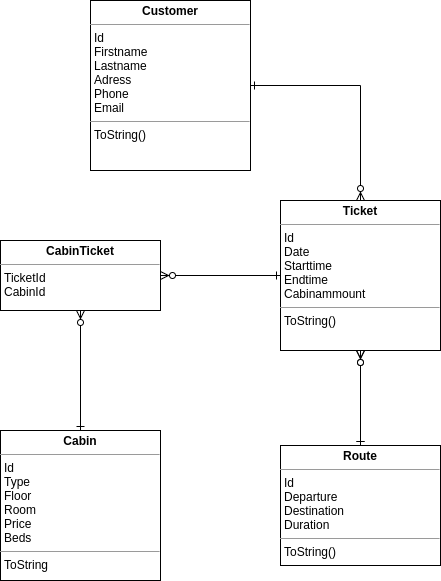
Above: boatlineER.png in webappmet/boatline (draw.io), before the change. Source tidied: cells renumbered, new cells last; positions are measured from the earlier drawing's top-left corner, leaving out a move shared by most shapes.
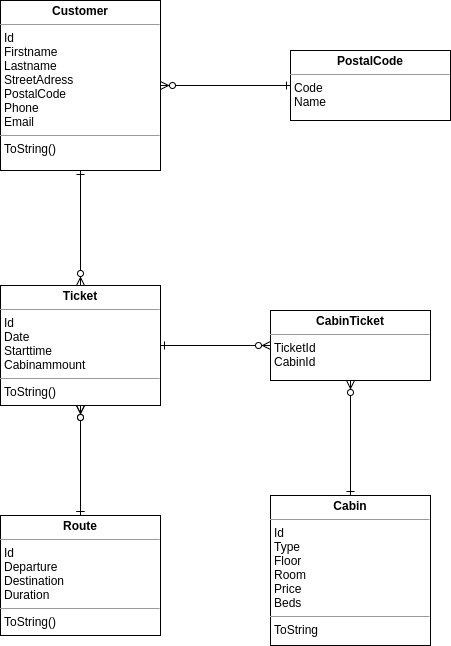
Later version of the same file.

Commit message:
updated ER models to match new values and classes

Change to the diagram source:
```diff
@@ -2,35 +2,41 @@
   <root>
     <mxCell id="0" />
     <mxCell id="1" parent="0" />
-    <mxCell id="2" value="&lt;p style=&quot;margin: 0px ; margin-top: 4px ; text-align: center&quot;&gt;&lt;b&gt;Customer&lt;/b&gt;&lt;/p&gt;&lt;hr size=&quot;1&quot;&gt;&lt;p style=&quot;margin: 0px ; margin-left: 4px&quot;&gt;Id&lt;/p&gt;&lt;p style=&quot;margin: 0px ; margin-left: 4px&quot;&gt;Firstname&lt;/p&gt;&lt;p style=&quot;margin: 0px ; margin-left: 4px&quot;&gt;Lastname&lt;/p&gt;&lt;p style=&quot;margin: 0px ; margin-left: 4px&quot;&gt;Adress&lt;/p&gt;&lt;p style=&quot;margin: 0px ; margin-left: 4px&quot;&gt;Phone&lt;/p&gt;&lt;p style=&quot;margin: 0px ; margin-left: 4px&quot;&gt;Email&lt;/p&gt;&lt;hr size=&quot;1&quot;&gt;&lt;p style=&quot;margin: 0px ; margin-left: 4px&quot;&gt;ToString()&lt;/p&gt;" style="verticalAlign=top;align=left;overflow=fill;fontSize=12;fontFamily=Helvetica;html=1;" parent="1" vertex="1">
-      <mxGeometry x="90" width="160" height="170" as="geometry" />
+    <mxCell id="2" value="&lt;p style=&quot;margin: 0px ; margin-top: 4px ; text-align: center&quot;&gt;&lt;b&gt;Customer&lt;/b&gt;&lt;/p&gt;&lt;hr size=&quot;1&quot;&gt;&lt;p style=&quot;margin: 0px ; margin-left: 4px&quot;&gt;Id&lt;/p&gt;&lt;p style=&quot;margin: 0px ; margin-left: 4px&quot;&gt;Firstname&lt;/p&gt;&lt;p style=&quot;margin: 0px ; margin-left: 4px&quot;&gt;Lastname&lt;/p&gt;&lt;p style=&quot;margin: 0px ; margin-left: 4px&quot;&gt;StreetAdress&lt;/p&gt;&lt;p style=&quot;margin: 0px ; margin-left: 4px&quot;&gt;PostalCode&lt;/p&gt;&lt;p style=&quot;margin: 0px ; margin-left: 4px&quot;&gt;Phone&lt;/p&gt;&lt;p style=&quot;margin: 0px ; margin-left: 4px&quot;&gt;Email&lt;/p&gt;&lt;hr size=&quot;1&quot;&gt;&lt;p style=&quot;margin: 0px ; margin-left: 4px&quot;&gt;ToString()&lt;/p&gt;" style="verticalAlign=top;align=left;overflow=fill;fontSize=12;fontFamily=Helvetica;html=1;" parent="1" vertex="1">
+      <mxGeometry x="40" y="-40" width="160" height="170" as="geometry" />
     </mxCell>
-    <mxCell id="3" style="edgeStyle=orthogonalEdgeStyle;rounded=0;jettySize=auto;html=1;entryX=1;entryY=0.5;entryDx=0;entryDy=0;endArrow=ERone;endFill=0;startArrow=ERzeroToMany;startFill=1;exitX=0.5;exitY=0;exitDx=0;exitDy=0;" parent="1" edge="1" source="5" target="2">
+    <mxCell id="3" style="edgeStyle=orthogonalEdgeStyle;rounded=0;jettySize=auto;html=1;entryX=0.5;entryY=1;entryDx=0;entryDy=0;endArrow=ERone;endFill=0;startArrow=ERzeroToMany;startFill=1;exitX=0.5;exitY=0;exitDx=0;exitDy=0;" parent="1" edge="1" source="5" target="2">
       <mxGeometry relative="1" as="geometry" />
     </mxCell>
     <mxCell id="4" style="edgeStyle=orthogonalEdgeStyle;rounded=0;jettySize=auto;html=1;startArrow=ERzeroToMany;startFill=1;endArrow=ERone;endFill=0;" parent="1" edge="1" source="5" target="8">
       <mxGeometry relative="1" as="geometry" />
     </mxCell>
-    <mxCell id="5" value="&lt;p style=&quot;margin: 0px ; margin-top: 4px ; text-align: center&quot;&gt;&lt;b&gt;Ticket&lt;/b&gt;&lt;/p&gt;&lt;hr size=&quot;1&quot;&gt;&lt;p style=&quot;margin: 0px ; margin-left: 4px&quot;&gt;Id&lt;/p&gt;&lt;p style=&quot;margin: 0px ; margin-left: 4px&quot;&gt;Date&lt;/p&gt;&lt;p style=&quot;margin: 0px ; margin-left: 4px&quot;&gt;Starttime&lt;/p&gt;&lt;p style=&quot;margin: 0px ; margin-left: 4px&quot;&gt;Endtime&lt;/p&gt;&lt;p style=&quot;margin: 0px ; margin-left: 4px&quot;&gt;Cabinammount&lt;/p&gt;&lt;hr size=&quot;1&quot;&gt;&lt;p style=&quot;margin: 0px ; margin-left: 4px&quot;&gt;ToString()&lt;/p&gt;" style="verticalAlign=top;align=left;overflow=fill;fontSize=12;fontFamily=Helvetica;html=1;" parent="1" vertex="1">
-      <mxGeometry x="280" y="200" width="160" height="150" as="geometry" />
+    <mxCell id="5" value="&lt;p style=&quot;margin: 0px ; margin-top: 4px ; text-align: center&quot;&gt;&lt;b&gt;Ticket&lt;/b&gt;&lt;/p&gt;&lt;hr size=&quot;1&quot;&gt;&lt;p style=&quot;margin: 0px ; margin-left: 4px&quot;&gt;Id&lt;/p&gt;&lt;p style=&quot;margin: 0px ; margin-left: 4px&quot;&gt;Date&lt;/p&gt;&lt;p style=&quot;margin: 0px ; margin-left: 4px&quot;&gt;Starttime&lt;/p&gt;&lt;p style=&quot;margin: 0px ; margin-left: 4px&quot;&gt;Cabinammount&lt;/p&gt;&lt;hr size=&quot;1&quot;&gt;&lt;p style=&quot;margin: 0px ; margin-left: 4px&quot;&gt;ToString()&lt;/p&gt;" style="verticalAlign=top;align=left;overflow=fill;fontSize=12;fontFamily=Helvetica;html=1;" parent="1" vertex="1">
+      <mxGeometry x="40" y="245" width="160" height="120" as="geometry" />
     </mxCell>
     <mxCell id="6" value="&lt;p style=&quot;margin: 0px ; margin-top: 4px ; text-align: center&quot;&gt;&lt;b&gt;Cabin&lt;/b&gt;&lt;/p&gt;&lt;hr size=&quot;1&quot;&gt;&lt;p style=&quot;margin: 0px ; margin-left: 4px&quot;&gt;Id&lt;/p&gt;&lt;p style=&quot;margin: 0px ; margin-left: 4px&quot;&gt;Type&lt;/p&gt;&lt;p style=&quot;margin: 0px ; margin-left: 4px&quot;&gt;Floor&lt;/p&gt;&lt;p style=&quot;margin: 0px ; margin-left: 4px&quot;&gt;Room&lt;/p&gt;&lt;p style=&quot;margin: 0px ; margin-left: 4px&quot;&gt;Price&lt;/p&gt;&lt;p style=&quot;margin: 0px ; margin-left: 4px&quot;&gt;Beds&lt;/p&gt;&lt;hr size=&quot;1&quot;&gt;&lt;p style=&quot;margin: 0px ; margin-left: 4px&quot;&gt;ToString&lt;/p&gt;" style="verticalAlign=top;align=left;overflow=fill;fontSize=12;fontFamily=Helvetica;html=1;" parent="1" vertex="1">
-      <mxGeometry y="430" width="160" height="150" as="geometry" />
+      <mxGeometry x="310" y="455" width="160" height="150" as="geometry" />
     </mxCell>
     <mxCell id="7" style="edgeStyle=orthogonalEdgeStyle;rounded=0;jettySize=auto;html=1;startArrow=ERzeroToMany;startFill=1;endArrow=ERone;endFill=0;exitX=0.5;exitY=1;exitDx=0;exitDy=0;" parent="1" edge="1" source="5" target="8">
       <mxGeometry relative="1" as="geometry" />
     </mxCell>
     <mxCell id="8" value="&lt;p style=&quot;margin: 0px ; margin-top: 4px ; text-align: center&quot;&gt;&lt;b&gt;Route&lt;/b&gt;&lt;/p&gt;&lt;hr size=&quot;1&quot;&gt;&lt;p style=&quot;margin: 0px ; margin-left: 4px&quot;&gt;Id&lt;/p&gt;&lt;p style=&quot;margin: 0px ; margin-left: 4px&quot;&gt;Departure&lt;/p&gt;&lt;p style=&quot;margin: 0px ; margin-left: 4px&quot;&gt;Destination&lt;/p&gt;&lt;p style=&quot;margin: 0px ; margin-left: 4px&quot;&gt;Duration&lt;/p&gt;&lt;hr size=&quot;1&quot;&gt;&lt;p style=&quot;margin: 0px ; margin-left: 4px&quot;&gt;ToString()&lt;/p&gt;" style="verticalAlign=top;align=left;overflow=fill;fontSize=12;fontFamily=Helvetica;html=1;" parent="1" vertex="1">
-      <mxGeometry x="280" y="445" width="160" height="120" as="geometry" />
+      <mxGeometry x="40" y="475" width="160" height="120" as="geometry" />
     </mxCell>
     <mxCell id="9" style="edgeStyle=orthogonalEdgeStyle;rounded=0;jettySize=auto;html=1;entryX=0.5;entryY=0;entryDx=0;entryDy=0;startArrow=ERzeroToMany;startFill=1;endArrow=ERone;endFill=0;" parent="1" edge="1" source="11" target="6">
       <mxGeometry relative="1" as="geometry" />
     </mxCell>
-    <mxCell id="10" style="edgeStyle=orthogonalEdgeStyle;rounded=0;jettySize=auto;html=1;entryX=0;entryY=0.5;entryDx=0;entryDy=0;startArrow=ERzeroToMany;startFill=1;endArrow=ERone;endFill=0;" parent="1" edge="1" source="11" target="5">
+    <mxCell id="10" style="edgeStyle=orthogonalEdgeStyle;rounded=0;jettySize=auto;html=1;startArrow=ERzeroToMany;startFill=1;endArrow=ERone;endFill=0;" parent="1" edge="1" source="11" target="5">
       <mxGeometry relative="1" as="geometry" />
     </mxCell>
     <mxCell id="11" value="&lt;p style=&quot;margin: 0px ; margin-top: 4px ; text-align: center&quot;&gt;&lt;b&gt;CabinTicket&lt;/b&gt;&lt;/p&gt;&lt;hr size=&quot;1&quot;&gt;&lt;p style=&quot;margin: 0px ; margin-left: 4px&quot;&gt;TicketId&lt;/p&gt;&lt;p style=&quot;margin: 0px ; margin-left: 4px&quot;&gt;CabinId&lt;/p&gt;" style="verticalAlign=top;align=left;overflow=fill;fontSize=12;fontFamily=Helvetica;html=1;" parent="1" vertex="1">
-      <mxGeometry y="240" width="160" height="70" as="geometry" />
+      <mxGeometry x="310" y="270" width="160" height="70" as="geometry" />
     </mxCell>
+    <mxCell id="12" style="edgeStyle=orthogonalEdgeStyle;rounded=0;jettySize=auto;html=1;endArrow=ERzeroToMany;endFill=1;startArrow=ERone;startFill=0;" parent="1" edge="1" source="13" target="2">
+      <mxGeometry relative="1" as="geometry" />
+    </mxCell>
+    <mxCell id="13" value="&lt;p style=&quot;margin: 0px ; margin-top: 4px ; text-align: center&quot;&gt;&lt;b&gt;PostalCode&lt;/b&gt;&lt;/p&gt;&lt;hr size=&quot;1&quot;&gt;&lt;p style=&quot;margin: 0px ; margin-left: 4px&quot;&gt;Code&lt;/p&gt;&lt;p style=&quot;margin: 0px ; margin-left: 4px&quot;&gt;Name&lt;/p&gt;&lt;p style=&quot;margin: 0px ; margin-left: 4px&quot;&gt;&lt;br&gt;&lt;/p&gt;" style="verticalAlign=top;align=left;overflow=fill;fontSize=12;fontFamily=Helvetica;html=1;" parent="1" vertex="1">
+      <mxGeometry x="330" y="10" width="160" height="70" as="geometry" />
+    </mxCell>
   </root>
 </mxGraphModel>
```
